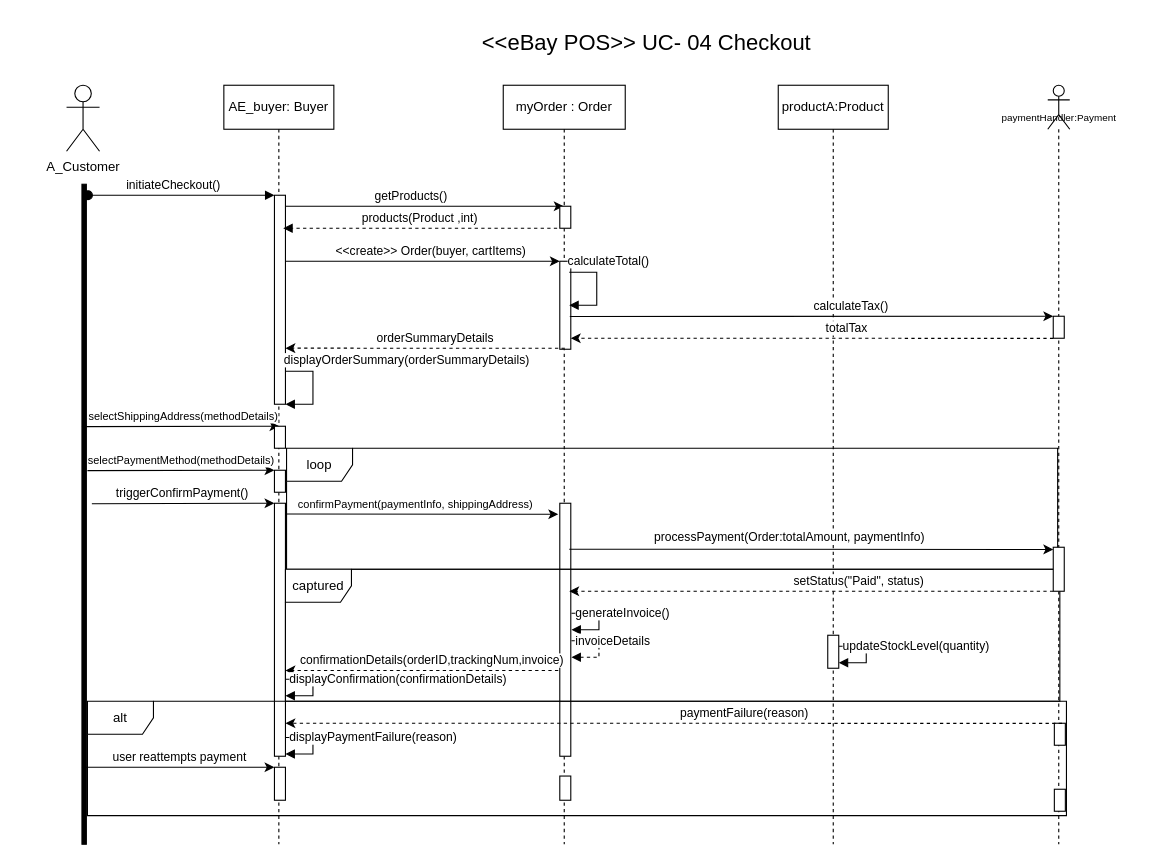
Above: Sequence Diagram ebay.drawio in AhmedElamari/Software-design-saved (draw.io), before the change. Source tidied: cells renumbered, new cells numbered last; positions are measured from the earlier drawing's top-left corner, leaving out a move shared by most shapes. Both pictures are drawn from the tidied source at 110%, with x=0, y=0 at pixel (66, 19).
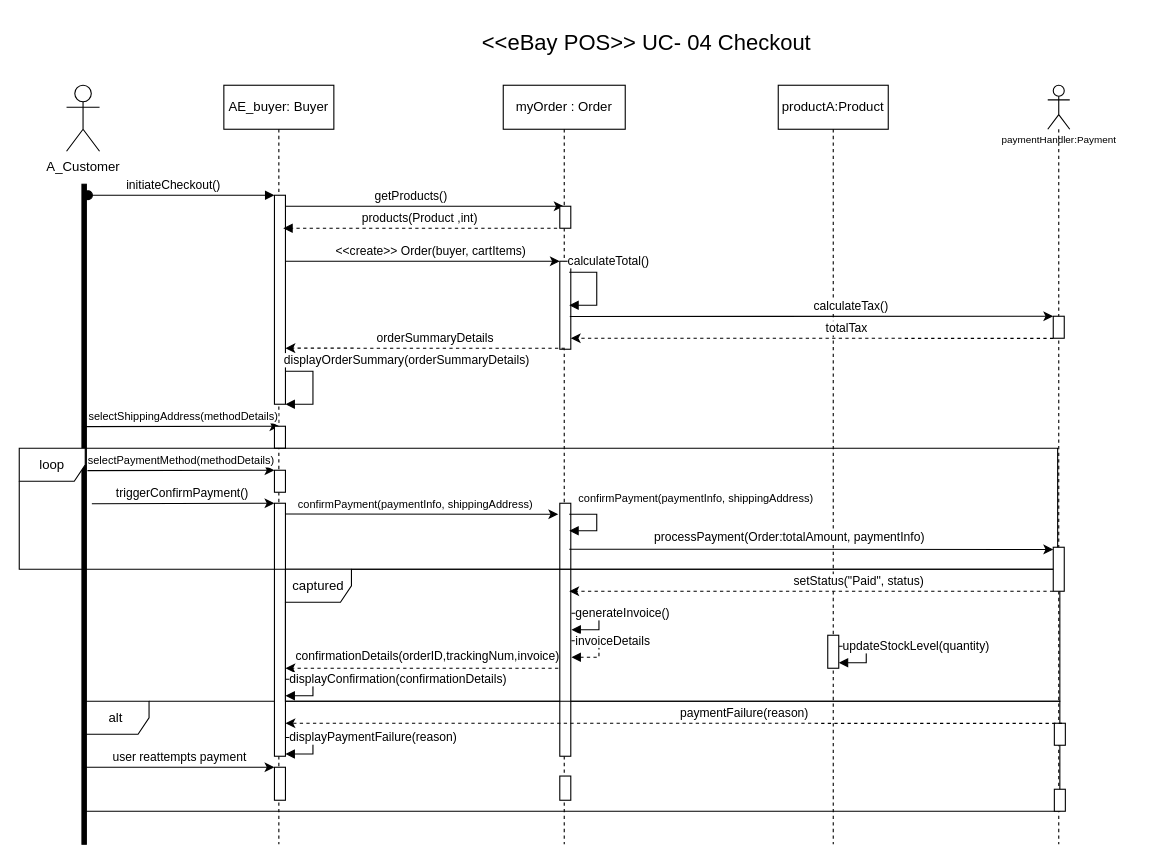
The same diagram, later.

What changed in the source:
```diff
@@
+    <mxCell id="56" value="alt" style="shape=umlFrame;whiteSpace=wrap;html=1;" parent="1" vertex="1">
+      <mxGeometry x="15" y="620" width="888" height="100" as="geometry" />
+    </mxCell>
@@
     <mxCell id="45" style="edgeStyle=elbowEdgeStyle;rounded=0;orthogonalLoop=1;jettySize=auto;html=1;elbow=vertical;curved=0;dashed=1;" parent="1" edge="1">
       <mxGeometry relative="1" as="geometry">
-        <mxPoint x="447" y="592.1" as="sourcePoint" />
-        <mxPoint x="199" y="592.1" as="targetPoint" />
+        <mxPoint x="447" y="590" as="sourcePoint" />
+        <mxPoint x="199" y="590" as="targetPoint" />
       </mxGeometry>
     </mxCell>
     <mxCell id="46" value="confirmationDetails(orderID,trackingNum,invoice)" style="edgeLabel;html=1;align=center;verticalAlign=middle;" parent="45" vertex="1">
       <mxGeometry x="-0.24" y="4" relative="1" as="geometry">
-        <mxPoint x="-22" y="-14" as="offset" />
+        <mxPoint x="-26" y="-16" as="offset" />
       </mxGeometry>
     </mxCell>
@@
     <mxCell id="55" value="loop" style="shape=umlFrame;whiteSpace=wrap;html=1;" parent="1" vertex="1">
-      <mxGeometry x="200" y="390" width="701" height="110" as="geometry" />
+      <mxGeometry x="-43" y="390" width="944" height="110" as="geometry" />
     </mxCell>
-    <mxCell id="56" value="alt" style="shape=umlFrame;whiteSpace=wrap;html=1;" parent="1" vertex="1">
-      <mxGeometry x="19" y="620" width="890" height="104" as="geometry" />
-    </mxCell>
@@
     <mxCell id="65" value="paymentHandler:Payment" style="text;html=1;align=center;verticalAlign=middle;strokeColor=none;fillColor=none;fontSize=9;" parent="1" vertex="1">
-      <mxGeometry x="837" y="80" width="130" height="20" as="geometry" />
+      <mxGeometry x="837" y="100" width="130" height="20" as="geometry" />
     </mxCell>
+    <mxCell id="66" value="&lt;span style=&quot;font-size: 10px; background-color: rgb(255, 255, 255);&quot;&gt;confirmPayment(paymentInfo, shippingAddress)&lt;/span&gt;" style="text;html=1;align=center;verticalAlign=middle;strokeColor=none;fillColor=none;" parent="1" vertex="1">
+      <mxGeometry x="452" y="420" width="240" height="30" as="geometry" />
+    </mxCell>
+    <mxCell id="67" style="html=1;align=left;spacingLeft=2;endArrow=block;rounded=0;edgeStyle=orthogonalEdgeStyle;curved=0;rounded=0;" parent="1" edge="1">
+      <mxGeometry x="-1" relative="1" as="geometry">
+        <mxPoint x="457" y="450" as="sourcePoint" />
+        <mxPoint x="457" y="465" as="targetPoint" />
+        <Array as="points">
+          <mxPoint x="482" y="450" />
+          <mxPoint x="482" y="465" />
+          <mxPoint x="457" y="465" />
+        </Array>
+      </mxGeometry>
+    </mxCell>
```
